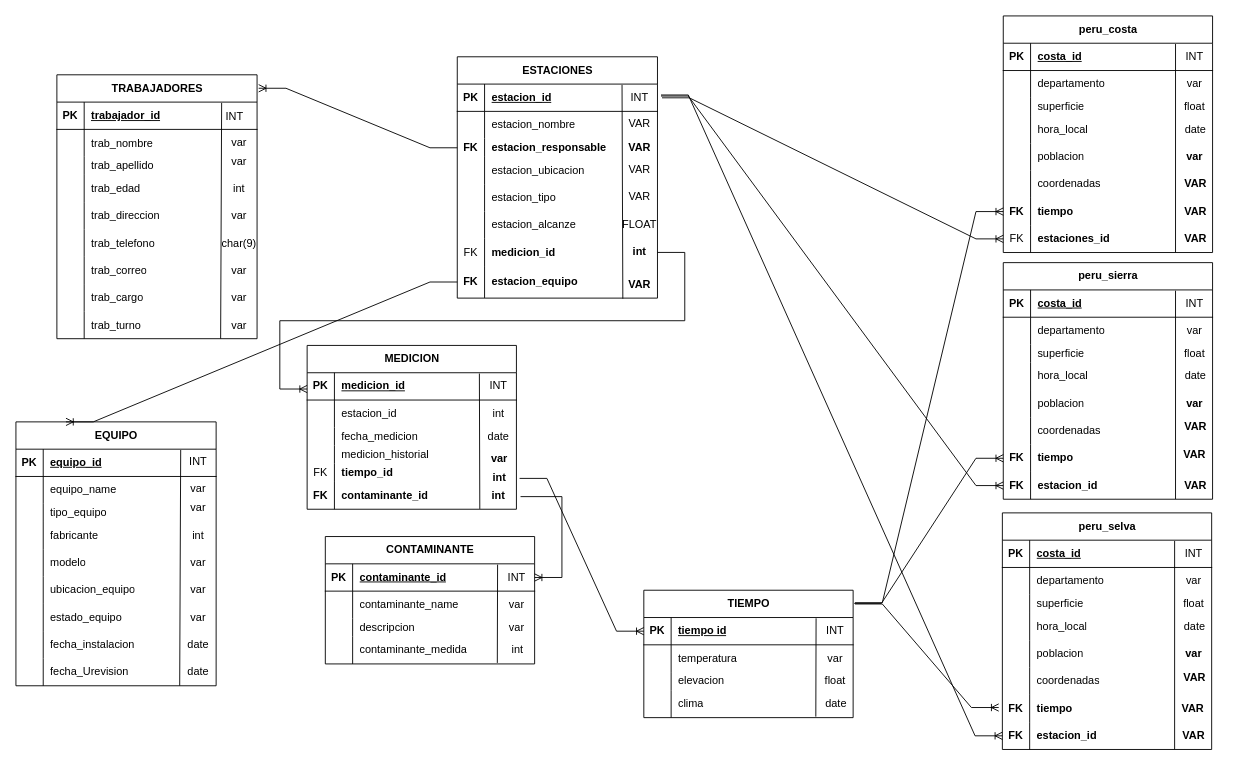
Sam282004/DB-CARRION keeps this draw.io diagram as Diagrama sin título.drawio. Above is the earlier version. Source tidied: cells renumbered, new cells numbered last; positions are measured from the earlier drawing's top-left corner, leaving out a move shared by most shapes. Both pictures are drawn from the tidied source at 91%, with x=0, y=0 at pixel (15, 15).
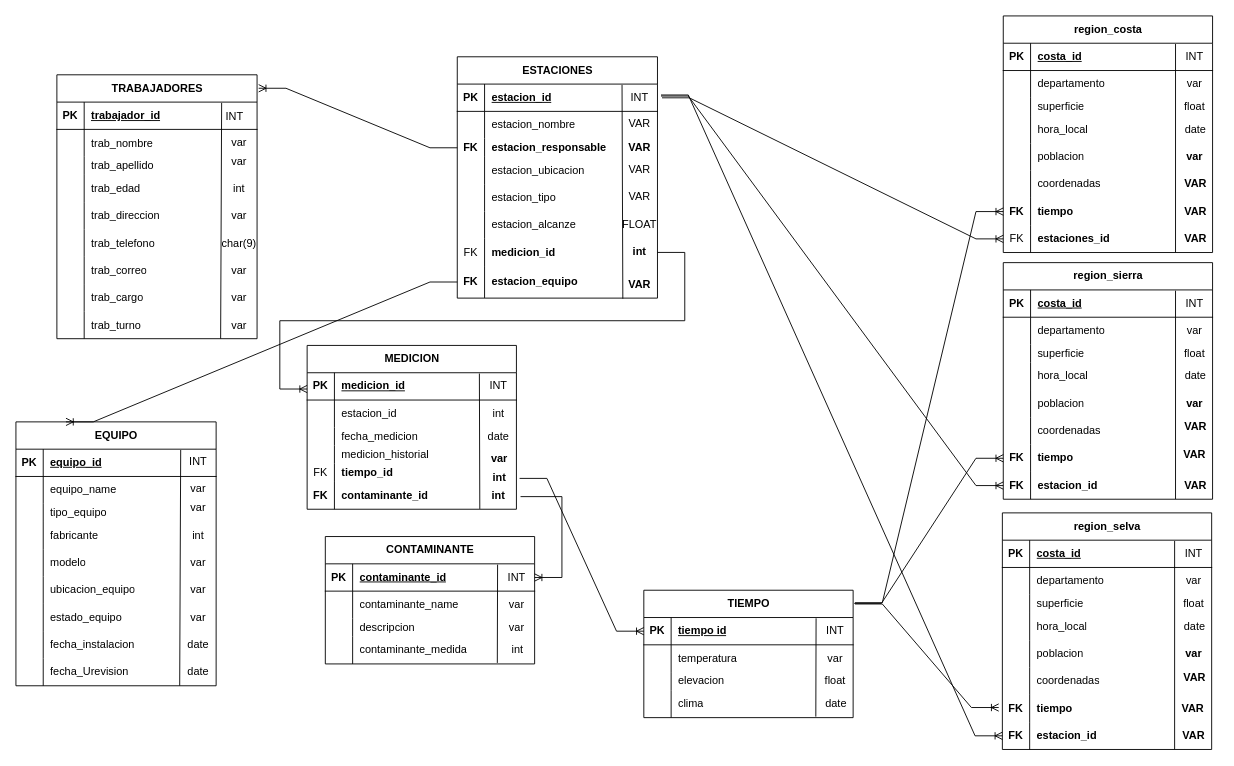
The same diagram, later.

What changed in the source:
```diff
@@
-    <mxCell id="35" value="peru_costa" style="shape=table;startSize=30;childLayout=tableLayout;rowLines=0;fontStyle=1;align=center;html=1;" parent="1" vertex="1">
+    <mxCell id="35" value="region_costa" style="shape=table;startSize=30;childLayout=tableLayout;rowLines=0;fontStyle=1;align=center;html=1;" parent="1" vertex="1">
       <mxGeometry x="1085" width="230" height="260" as="geometry" />
     </mxCell>
@@
-    <mxCell id="145" value="peru_sierra" style="shape=table;startSize=30;childLayout=tableLayout;rowLines=0;fontStyle=1;align=center;html=1;" parent="1" vertex="1">
+    <mxCell id="145" value="region_sierra" style="shape=table;startSize=30;childLayout=tableLayout;rowLines=0;fontStyle=1;align=center;html=1;" parent="1" vertex="1">
       <mxGeometry x="1085" y="271.1" width="230" height="260" as="geometry" />
     </mxCell>
@@
-    <mxCell id="177" value="peru_selva" style="shape=table;startSize=30;childLayout=tableLayout;rowLines=0;fontStyle=1;align=center;html=1;" parent="1" vertex="1">
+    <mxCell id="177" value="region_selva" style="shape=table;startSize=30;childLayout=tableLayout;rowLines=0;fontStyle=1;align=center;html=1;" parent="1" vertex="1">
       <mxGeometry x="1084" y="546.1" width="230" height="260" as="geometry" />
     </mxCell>
```
